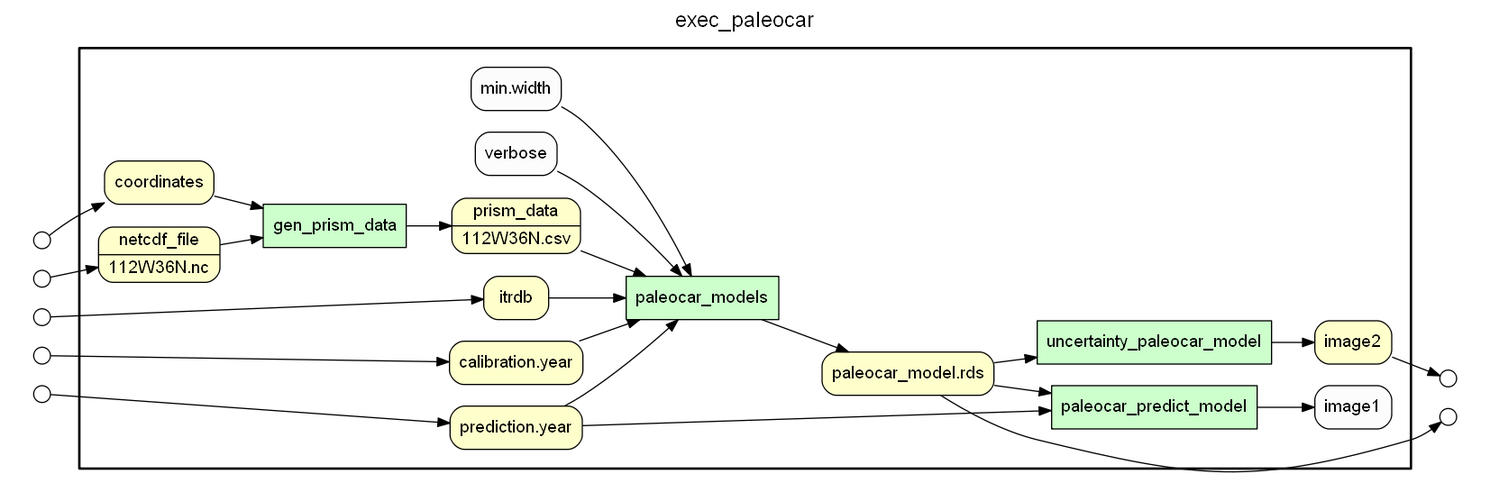
Before: .prov_scripts/graphs/paleocar_data_flow.png, a diagram exported from Graphviz (idaks/wt-prov-Summer-2017). Its source is kept beside it as .prov_scripts/gv_files/paleocar_data_flow.gv.
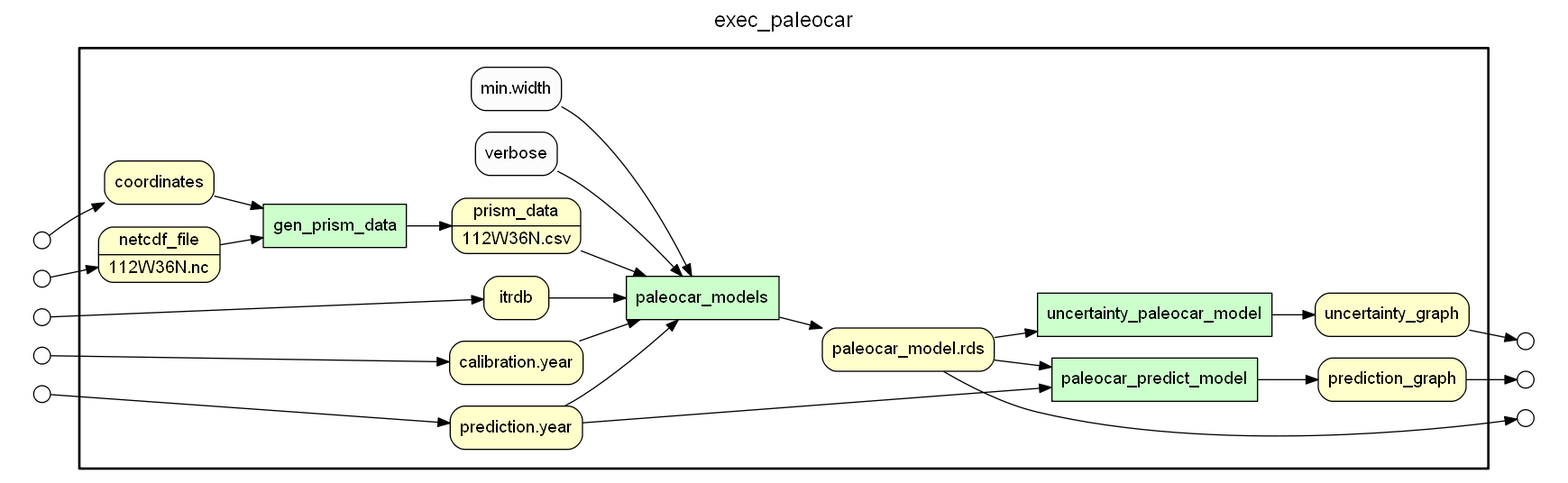
Later version of the same file.

Change to the diagram source:
```diff
@@ -11,7 +11,8 @@
 uncertainty_paleocar_model
 node[shape=box style="rounded,filled" fillcolor="#FFFFCC" peripheries=1 fontname=Helvetica]
 "paleocar_model.rds"
-image2
+prediction_graph
+uncertainty_graph
 coordinates
 netcdf_file [shape=record rankdir=LR label="{{<f0> netcdf_file |<f1> 112W36N.nc}}"];
 itrdb
@@ -29,10 +30,10 @@
 "prediction.year" -> paleocar_models
 "min.width" -> paleocar_models
 verbose -> paleocar_models
-paleocar_predict_model -> image1
+paleocar_predict_model -> prediction_graph
 "paleocar_model.rds" -> paleocar_predict_model
 "prediction.year" -> paleocar_predict_model
-uncertainty_paleocar_model -> image2
+uncertainty_paleocar_model -> uncertainty_graph
 "paleocar_model.rds" -> uncertainty_paleocar_model
 }}
 subgraph cluster_input_ports_group_outer { label=""; penwidth=0
@@ -48,7 +49,8 @@
 subgraph cluster_output_ports_group_inner { label=""; penwidth=0
 node[shape=circle style="rounded,filled" fillcolor="#FFFFFF" peripheries=1 fontname=Helvetica width=0.2]
 "paleocar_model.rds_output_port" [label=""]
-image2_output_port [label=""]
+prediction_graph_output_port [label=""]
+uncertainty_graph_output_port [label=""]
 }}
 coordinates_input_port -> coordinates
 netcdf_file_input_port -> netcdf_file
@@ -56,5 +58,6 @@
 "calibration.year_input_port" -> "calibration.year"
 "prediction.year_input_port" -> "prediction.year"
 "paleocar_model.rds" -> "paleocar_model.rds_output_port"
-image2 -> image2_output_port
+prediction_graph -> prediction_graph_output_port
+uncertainty_graph -> uncertainty_graph_output_port
 }
```
